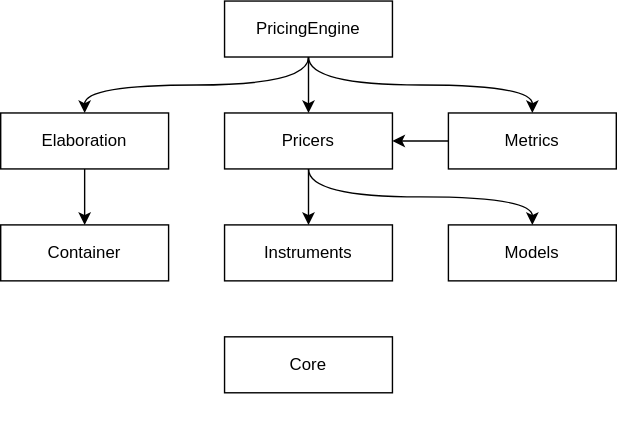
Above: svg/components.svg in sdauby/credit-pricing (draw.io), before the change. Source tidied: cells renumbered, new cells last; positions are measured from the earlier drawing's top-left corner, leaving out a move shared by most shapes.
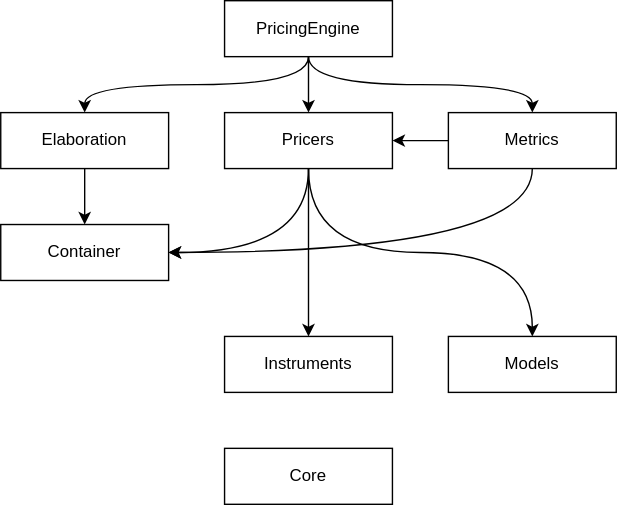
Above is the later version.

Change to the diagram source:
```diff
@@ -3,10 +3,10 @@
     <mxCell id="0" />
     <mxCell id="1" parent="0" />
     <mxCell id="2" value="Instruments" style="rounded=0;whiteSpace=wrap;html=1;" parent="1" vertex="1">
-      <mxGeometry x="160" y="160" width="120" height="40" as="geometry" />
+      <mxGeometry x="160" y="240" width="120" height="40" as="geometry" />
     </mxCell>
     <mxCell id="3" value="Models" style="rounded=0;whiteSpace=wrap;html=1;" parent="1" vertex="1">
-      <mxGeometry x="320" y="160" width="120" height="40" as="geometry" />
+      <mxGeometry x="320" y="240" width="120" height="40" as="geometry" />
     </mxCell>
     <mxCell id="4" value="Container" style="rounded=0;whiteSpace=wrap;html=1;" parent="1" vertex="1">
       <mxGeometry y="160" width="120" height="40" as="geometry" />
@@ -56,6 +56,9 @@
     <mxCell id="13" style="edgeStyle=orthogonalEdgeStyle;curved=1;rounded=0;jettySize=auto;html=1;" parent="1" edge="1" source="14" target="17">
       <mxGeometry relative="1" as="geometry" />
     </mxCell>
+    <mxCell id="23" style="edgeStyle=orthogonalEdgeStyle;curved=1;rounded=0;jettySize=auto;html=1;entryX=1;entryY=0.5;entryDx=0;entryDy=0;exitX=0.5;exitY=1;exitDx=0;exitDy=0;" parent="1" edge="1" source="14" target="4">
+      <mxGeometry relative="1" as="geometry" />
+    </mxCell>
     <mxCell id="14" value="Metrics" style="rounded=0;whiteSpace=wrap;html=1;" parent="1" vertex="1">
       <mxGeometry x="320" y="80" width="120" height="40" as="geometry" />
     </mxCell>
@@ -65,6 +68,9 @@
     <mxCell id="16" style="edgeStyle=orthogonalEdgeStyle;curved=1;rounded=0;jettySize=auto;html=1;exitX=0.5;exitY=1;exitDx=0;exitDy=0;" parent="1" edge="1" source="17" target="3">
       <mxGeometry relative="1" as="geometry" />
     </mxCell>
+    <mxCell id="24" style="edgeStyle=orthogonalEdgeStyle;curved=1;rounded=0;jettySize=auto;html=1;entryX=1;entryY=0.5;entryDx=0;entryDy=0;exitX=0.5;exitY=1;exitDx=0;exitDy=0;" parent="1" edge="1" source="17" target="4">
+      <mxGeometry relative="1" as="geometry" />
+    </mxCell>
     <mxCell id="17" value="Pricers" style="rounded=0;whiteSpace=wrap;html=1;" parent="1" vertex="1">
       <mxGeometry x="160" y="80" width="120" height="40" as="geometry" />
     </mxCell>
@@ -81,7 +87,7 @@
       <mxGeometry x="160" width="120" height="40" as="geometry" />
     </mxCell>
     <mxCell id="22" value="Core" style="rounded=0;whiteSpace=wrap;html=1;" parent="1" vertex="1">
-      <mxGeometry x="160" y="240" width="120" height="40" as="geometry" />
+      <mxGeometry x="160" y="320" width="120" height="40" as="geometry" />
     </mxCell>
   </root>
 </mxGraphModel>
```
